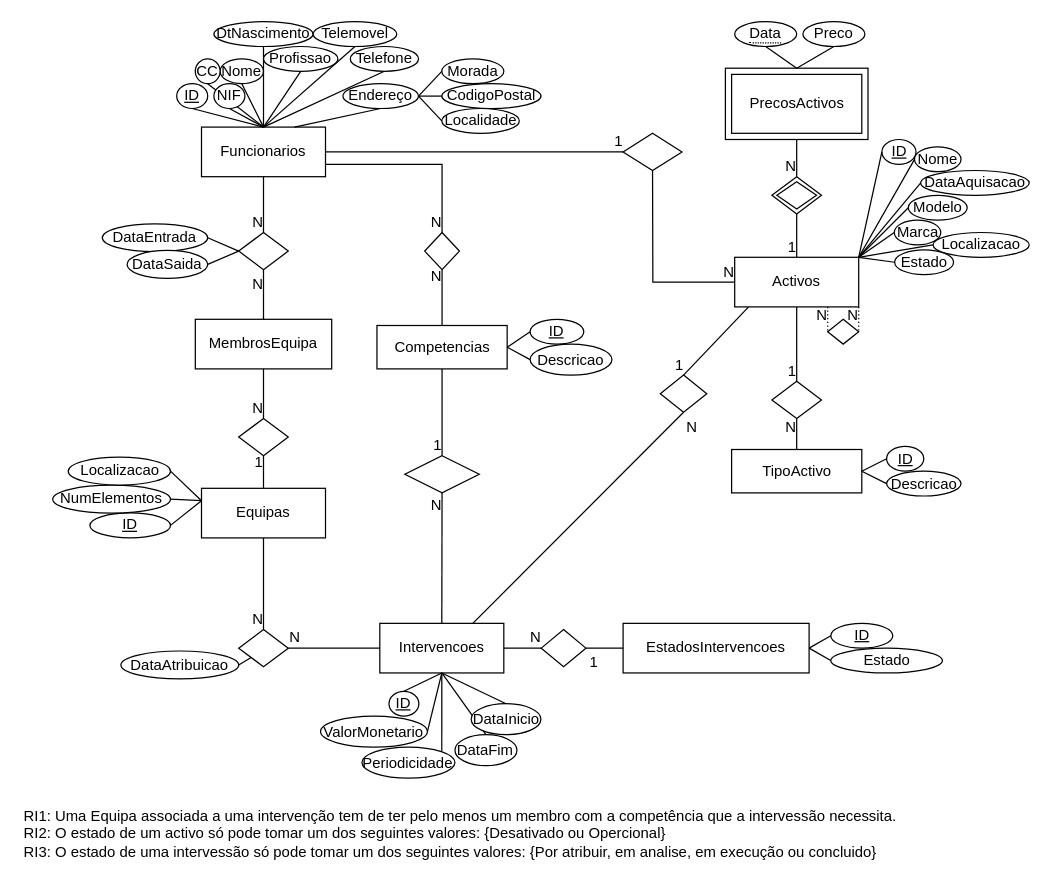
Earlier version of the draw.io diagram Diagrama.drawio (JLuzioS/SI2A). Source tidied: cells renumbered, new cells numbered last; positions are measured from the earlier drawing's top-left corner, leaving out a move shared by most shapes. Both pictures are drawn from the tidied source at 124%, with x=0, y=0 at pixel (21, 21).
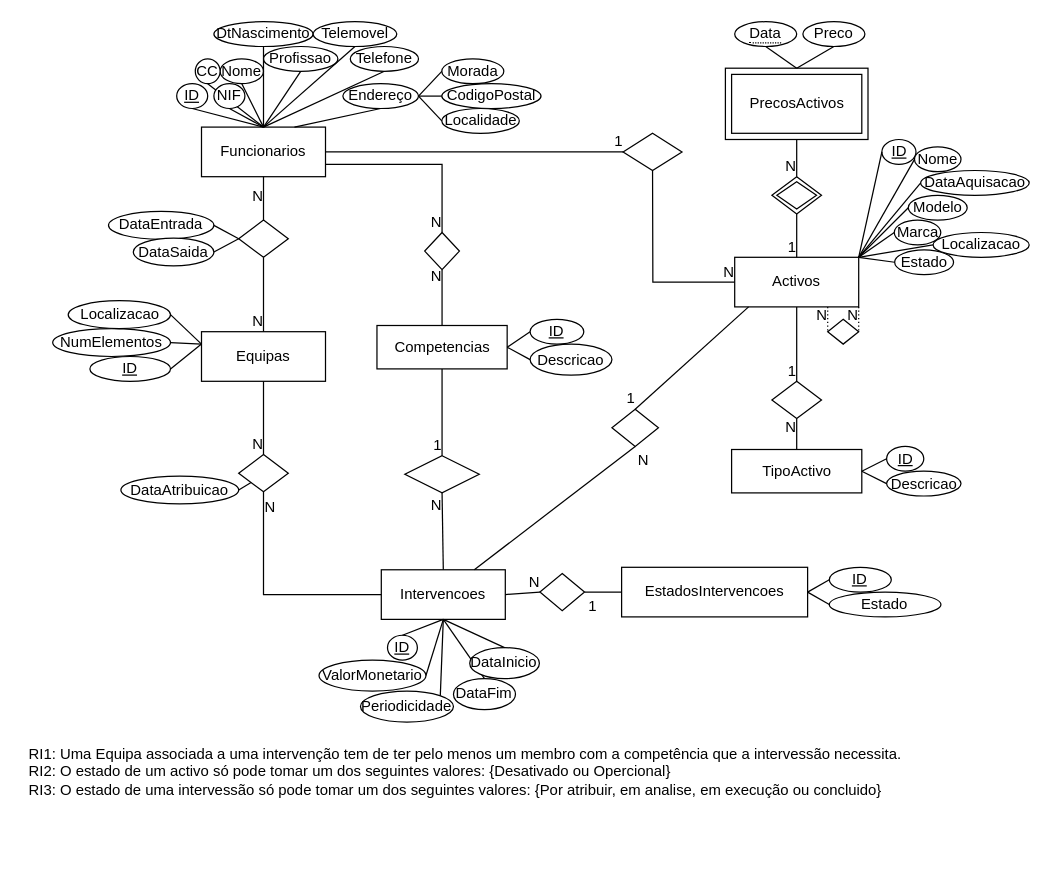
After the change.

Commit message:
feat: change MembrosEquipas to a relation

Unchanged cells that the change refers to:
```xml
<mxCell id="15" value="Funcionarios" style="whiteSpace=wrap;html=1;align=center;" parent="1" vertex="1">
  <mxGeometry x="145" y="85" width="100" height="40" as="geometry" />
</mxCell>
```

Change to the diagram source:
```diff
@@
     <mxCell id="14" value="Intervencoes" style="whiteSpace=wrap;html=1;align=center;" parent="1" vertex="1">
-      <mxGeometry x="288.8" y="485.2" width="100" height="40" as="geometry" />
+      <mxGeometry x="290" y="442" width="100" height="40" as="geometry" />
     </mxCell>
@@
-    <mxCell id="16" value="MembrosEquipa" style="whiteSpace=wrap;html=1;align=center;" parent="1" vertex="1">
-      <mxGeometry x="140" y="240" width="110" height="40" as="geometry" />
-    </mxCell>
     <mxCell id="17" value="Equipas" style="whiteSpace=wrap;html=1;align=center;" parent="1" vertex="1">
-      <mxGeometry x="145" y="376.3" width="100" height="40" as="geometry" />
+      <mxGeometry x="145" y="250" width="100" height="40" as="geometry" />
     </mxCell>
     <mxCell id="18" value="EstadosIntervencoes" style="whiteSpace=wrap;html=1;align=center;" parent="1" vertex="1">
-      <mxGeometry x="485" y="485.2" width="150" height="40" as="geometry" />
+      <mxGeometry x="483.8" y="440" width="150" height="40" as="geometry" />
     </mxCell>
@@
     <mxCell id="20" style="shape=rhombus;perimeter=rhombusPerimeter;whiteSpace=wrap;html=1;align=center;" parent="1" vertex="1">
-      <mxGeometry x="515" y="285" width="37.5" height="30" as="geometry" />
+      <mxGeometry x="476" y="312.5" width="37.5" height="30" as="geometry" />
     </mxCell>
@@
-    <mxCell id="27" style="shape=rhombus;perimeter=rhombusPerimeter;whiteSpace=wrap;html=1;align=center;" parent="1" vertex="1">
-      <mxGeometry x="175" y="320" width="40" height="30" as="geometry" />
-    </mxCell>
     <mxCell id="28" style="shape=rhombus;perimeter=rhombusPerimeter;whiteSpace=wrap;html=1;align=center;" parent="1" vertex="1">
-      <mxGeometry x="419" y="490.2" width="36" height="30" as="geometry" />
+      <mxGeometry x="417.9" y="445" width="36" height="30" as="geometry" />
     </mxCell>
@@
     <mxCell id="38" style="shape=rhombus;perimeter=rhombusPerimeter;whiteSpace=wrap;html=1;align=center;" parent="1" vertex="1">
-      <mxGeometry x="175" y="490.2" width="40" height="30" as="geometry" />
+      <mxGeometry x="175" y="349.1" width="40" height="30" as="geometry" />
     </mxCell>
-    <mxCell id="39" style="endArrow=none;html=1;rounded=0;exitX=0;exitY=0.5;exitDx=0;exitDy=0;entryX=1;entryY=0.5;entryDx=0;entryDy=0;" parent="1" edge="1" source="14" target="38">
-      <mxGeometry relative="1" as="geometry" />
+    <mxCell id="39" style="endArrow=none;html=1;rounded=0;exitX=0;exitY=0.5;exitDx=0;exitDy=0;entryX=0.5;entryY=1;entryDx=0;entryDy=0;" parent="1" edge="1" source="14" target="38">
+      <mxGeometry relative="1" as="geometry">
+        <Array as="points">
+          <mxPoint x="195" y="462" />
+        </Array>
+      </mxGeometry>
     </mxCell>
     <mxCell id="40" value="N" style="html=1;align=right;verticalAlign=bottom;direction=south;" parent="39" vertex="1">
       <mxGeometry x="1" relative="1" as="geometry">
-        <mxPoint x="10" as="offset" />
+        <mxPoint x="10" y="21" as="offset" />
       </mxGeometry>
     </mxCell>
@@
     <mxCell id="49" value="ID" style="ellipse;whiteSpace=wrap;html=1;align=center;fontStyle=4;" parent="1" vertex="1">
-      <mxGeometry x="55" y="396.2" width="65" height="20" as="geometry" />
+      <mxGeometry x="55" y="270" width="65" height="20" as="geometry" />
     </mxCell>
     <mxCell id="50" value="DataFim" style="ellipse;whiteSpace=wrap;html=1;align=center;" parent="1" vertex="1">
-      <mxGeometry x="349.4" y="575" width="50" height="25" as="geometry" />
+      <mxGeometry x="348.2" y="529.8" width="50" height="25" as="geometry" />
     </mxCell>
@@
     <mxCell id="53" value="Periodicidade" style="ellipse;whiteSpace=wrap;html=1;align=center;" parent="1" vertex="1">
-      <mxGeometry x="274.4" y="585" width="75" height="25" as="geometry" />
+      <mxGeometry x="273.2" y="539.8" width="75" height="25" as="geometry" />
     </mxCell>
@@
     <mxCell id="84" value="ID" style="ellipse;whiteSpace=wrap;html=1;align=center;fontStyle=4;" parent="1" vertex="1">
-      <mxGeometry x="652.5" y="485.2" width="50" height="20" as="geometry" />
+      <mxGeometry x="651.3" y="440" width="50" height="20" as="geometry" />
     </mxCell>
@@
     <mxCell id="98" value="NumElementos" style="ellipse;whiteSpace=wrap;html=1;align=center;" parent="1" vertex="1">
-      <mxGeometry x="25" y="373.8" width="95" height="22.5" as="geometry" />
+      <mxGeometry x="25" y="247.5" width="95" height="22.5" as="geometry" />
     </mxCell>
@@
     <mxCell id="100" value="Localizacao" style="ellipse;whiteSpace=wrap;html=1;align=center;" parent="1" vertex="1">
-      <mxGeometry x="37.5" y="351.2" width="82.5" height="22.5" as="geometry" />
+      <mxGeometry x="37.5" y="225" width="82.5" height="22.5" as="geometry" />
     </mxCell>
@@
     <mxCell id="102" value="ID" style="ellipse;whiteSpace=wrap;html=1;align=center;fontStyle=4;" parent="1" vertex="1">
-      <mxGeometry x="296.2" y="540" width="24.1" height="20" as="geometry" />
+      <mxGeometry x="295" y="494.8" width="24.1" height="20" as="geometry" />
     </mxCell>
     <mxCell id="103" value="ValorMonetario" style="ellipse;whiteSpace=wrap;html=1;align=center;" parent="1" vertex="1">
-      <mxGeometry x="241" y="560" width="86.2" height="25" as="geometry" />
+      <mxGeometry x="239.8" y="514.8" width="86.2" height="25" as="geometry" />
     </mxCell>
@@
     <mxCell id="106" value="DataInicio" style="ellipse;whiteSpace=wrap;html=1;align=center;" parent="1" vertex="1">
-      <mxGeometry x="362.5" y="550" width="56.2" height="25" as="geometry" />
+      <mxGeometry x="361.3" y="504.8" width="56.2" height="25" as="geometry" />
     </mxCell>
@@
     <mxCell id="112" value="Estado" style="ellipse;whiteSpace=wrap;html=1;align=center;" parent="1" vertex="1">
-      <mxGeometry x="652.5" y="505.2" width="90" height="20" as="geometry" />
+      <mxGeometry x="651.3" y="460" width="90" height="20" as="geometry" />
     </mxCell>
@@
     <mxCell id="114" style="shape=rhombus;perimeter=rhombusPerimeter;whiteSpace=wrap;html=1;align=center;" parent="1" vertex="1">
-      <mxGeometry x="175" y="170" width="40" height="30" as="geometry" />
+      <mxGeometry x="175" y="160" width="40" height="30" as="geometry" />
     </mxCell>
-    <mxCell id="115" style="endArrow=none;html=1;rounded=0;exitX=0.5;exitY=1;exitDx=0;exitDy=0;entryX=0.5;entryY=0;entryDx=0;entryDy=0;" parent="1" edge="1" source="15" target="114">
-      <mxGeometry relative="1" as="geometry" />
-    </mxCell>
-    <mxCell id="116" value="N" style="html=1;align=right;verticalAlign=bottom;" parent="115" vertex="1">
-      <mxGeometry x="1" relative="1" as="geometry" />
-    </mxCell>
-    <mxCell id="117" style="endArrow=none;html=1;rounded=0;entryX=0.5;entryY=0;entryDx=0;entryDy=0;exitX=0.5;exitY=1;exitDx=0;exitDy=0;" parent="1" edge="1" source="114" target="16">
+    <mxCell id="117" style="endArrow=none;html=1;rounded=0;exitX=0.5;exitY=1;exitDx=0;exitDy=0;entryX=0.5;entryY=0;entryDx=0;entryDy=0;" parent="1" edge="1" source="15" target="114">
       <mxGeometry relative="1" as="geometry" />
     </mxCell>
     <mxCell id="118" value="N" style="html=1;align=right;verticalAlign=bottom;" parent="117" vertex="1">
       <mxGeometry x="1" relative="1" as="geometry">
-        <mxPoint y="-20" as="offset" />
+        <mxPoint y="-11" as="offset" />
       </mxGeometry>
     </mxCell>
-    <mxCell id="119" style="endArrow=none;html=1;rounded=0;entryX=0.5;entryY=0;entryDx=0;entryDy=0;exitX=0.5;exitY=1;exitDx=0;exitDy=0;" parent="1" edge="1" source="16" target="27">
+    <mxCell id="119" style="endArrow=none;html=1;rounded=0;entryX=0.5;entryY=0;entryDx=0;entryDy=0;exitX=0.5;exitY=1;exitDx=0;exitDy=0;" parent="1" edge="1" source="114" target="17">
       <mxGeometry relative="1" as="geometry" />
     </mxCell>
@@
-    <mxCell id="121" style="endArrow=none;html=1;rounded=0;exitX=0.5;exitY=1;exitDx=0;exitDy=0;entryX=0.5;entryY=0;entryDx=0;entryDy=0;" parent="1" edge="1" source="27" target="17">
-      <mxGeometry relative="1" as="geometry" />
-    </mxCell>
-    <mxCell id="122" value="1" style="html=1;align=right;verticalAlign=bottom;" parent="121" vertex="1">
-      <mxGeometry x="1" relative="1" as="geometry">
-        <mxPoint y="-12" as="offset" />
-      </mxGeometry>
-    </mxCell>
@@
     <mxCell id="137" value="RI1: Uma Equipa associada a uma intervenção tem de ter pelo menos um membro com a competência que a intervessão necessita.&lt;br&gt;RI2: O estado de um activo só pode tomar um dos seguintes valores: {Desativado ou Opercional}&lt;br&gt;RI3: O estado de uma intervessão só pode tomar um dos seguintes valores: {Por atribuir, em analise, em execução ou concluido}&lt;br&gt;" style="text;html=1;align=left;verticalAlign=middle;strokeColor=none;fillColor=none;" parent="1" vertex="1">
-      <mxGeometry y="630" width="720" height="50" as="geometry" />
+      <mxGeometry x="3.7" y="580" width="720" height="50" as="geometry" />
     </mxCell>
     <mxCell id="138" value="DataAtribuicao" style="ellipse;whiteSpace=wrap;html=1;align=center;" parent="1" vertex="1">
-      <mxGeometry x="80" y="507.5" width="95" height="22.5" as="geometry" />
+      <mxGeometry x="80" y="366.4" width="95" height="22.5" as="geometry" />
     </mxCell>
@@
     <mxCell id="140" value="DataEntrada" style="ellipse;whiteSpace=wrap;html=1;align=center;" parent="1" vertex="1">
-      <mxGeometry x="65" y="163" width="85" height="22.5" as="geometry" />
+      <mxGeometry x="70" y="153" width="85" height="22.5" as="geometry" />
     </mxCell>
     <mxCell id="141" value="DataSaida" style="ellipse;whiteSpace=wrap;html=1;align=center;" parent="1" vertex="1">
-      <mxGeometry x="85" y="184.5" width="65" height="22.5" as="geometry" />
+      <mxGeometry x="90" y="174.5" width="65" height="22.5" as="geometry" />
     </mxCell>
```
